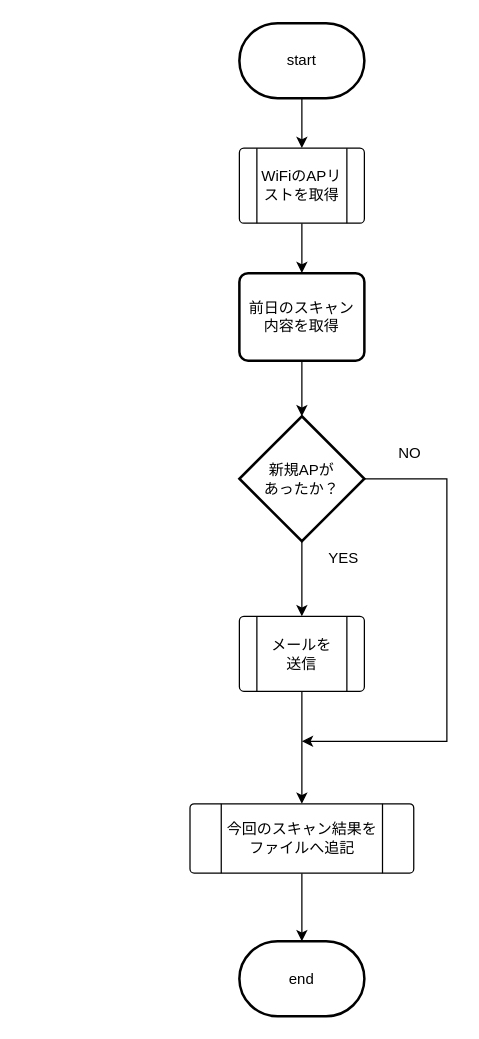
Earlier version of the draw.io diagram フローチャート/wifi-scan.drawio (hakohumi/comp.wifi-scan). Source tidied: cells renumbered, new cells numbered last; positions are measured from the earlier drawing's top-left corner, leaving out a move shared by most shapes. Both pictures are drawn from the tidied source at 125%, with x=0, y=0 at pixel (189, 22).
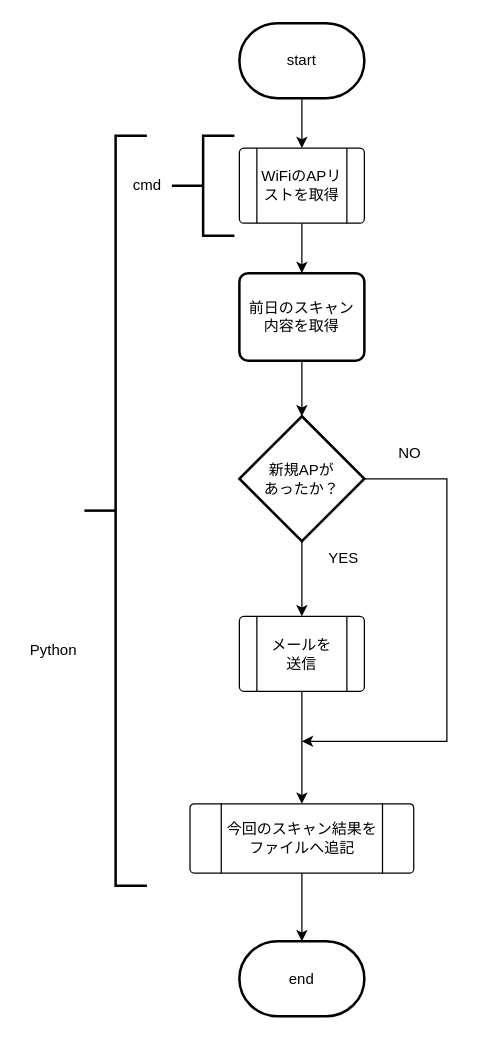
Above is the later version.

Commit message:
フローチャート 言語範囲 追記

Diff of the diagram source:
```diff
@@
+    <mxCell id="18" style="strokeWidth=2;html=1;shape=mxgraph.flowchart.annotation_2;align=left;labelPosition=right;" parent="1" vertex="1">
+      <mxGeometry x="-14" y="90" width="50" height="80" as="geometry" />
+    </mxCell>
+    <mxCell id="19" value="cmd" style="text;html=1;align=center;verticalAlign=middle;" parent="1" vertex="1">
+      <mxGeometry x="-54" y="120" width="40" height="20" as="geometry" />
+    </mxCell>
+    <mxCell id="20" style="strokeWidth=2;html=1;shape=mxgraph.flowchart.annotation_2;align=left;labelPosition=right;" parent="1" vertex="1">
+      <mxGeometry x="-84" y="90" width="50" height="600" as="geometry" />
+    </mxCell>
+    <mxCell id="21" value="Python" style="text;html=1;align=center;verticalAlign=middle;" parent="1" vertex="1">
+      <mxGeometry x="-134" y="492.2" width="50" height="20" as="geometry" />
+    </mxCell>
```
